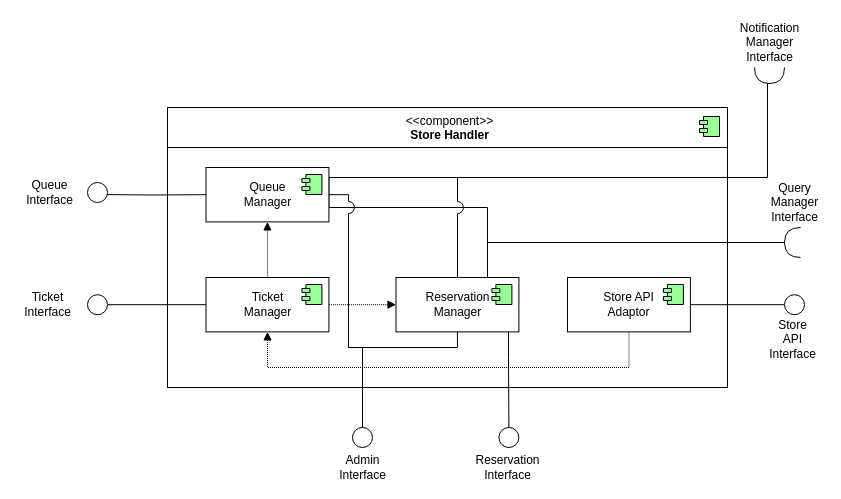
Above: DD/images/draw.io/store_handler.drawio in andreafra/Software-Engineering-2-Project-2021 (draw.io), before the change. Source tidied: cells renumbered, new cells numbered last; positions are measured from the earlier drawing's top-left corner, leaving out a move shared by most shapes. Both pictures are drawn from the tidied source at 100%, with x=0, y=0 at pixel (17, 17).
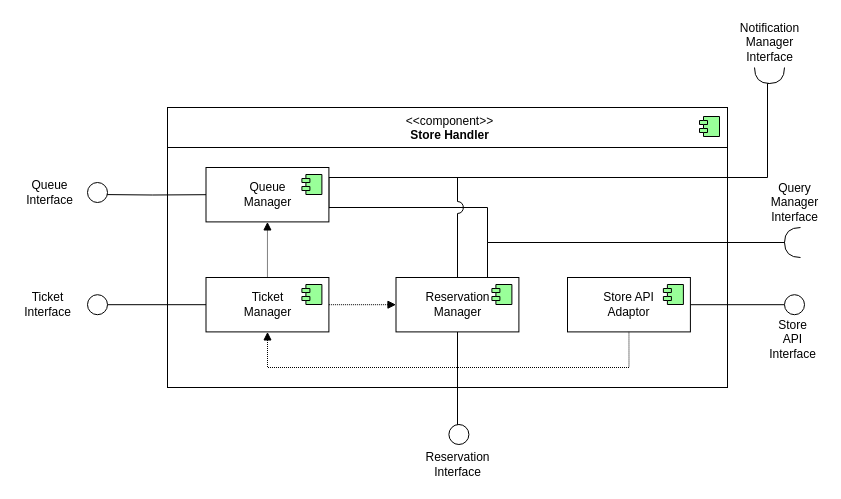
Above is the later version.

The change refers to these unchanged cells:
```xml
<mxCell id="8" value="Queue&lt;br&gt;Manager" style="html=1;" parent="1" vertex="1">
  <mxGeometry x="188.5" y="150" width="122.9" height="54.4" as="geometry" />
</mxCell>
<mxCell id="13" value="Reservation&lt;br&gt;Manager" style="html=1;" parent="1" vertex="1">
  <mxGeometry x="378.5" y="260" width="122.9" height="54.4" as="geometry" />
</mxCell>
```

What changed in the source:
```diff
@@
     <mxCell id="12" style="edgeStyle=orthogonalEdgeStyle;rounded=0;jettySize=auto;html=1;endArrow=none;endFill=0;entryX=0.5;entryY=0;entryDx=0;entryDy=0;" parent="1" edge="1" source="13" target="36">
       <mxGeometry relative="1" as="geometry">
         <Array as="points">
-          <mxPoint x="491" y="340" />
-          <mxPoint x="491" y="340" />
+          <mxPoint x="440" y="410" />
         </Array>
       </mxGeometry>
     </mxCell>
@@
-    <mxCell id="19" style="edgeStyle=orthogonalEdgeStyle;rounded=0;jettySize=auto;html=1;entryX=0.5;entryY=1;entryDx=0;entryDy=0;startArrow=none;startFill=0;endArrow=none;endFill=0;jumpSize=12;jumpStyle=arc;" parent="1" edge="1" source="21" target="13">
-      <mxGeometry relative="1" as="geometry">
-        <Array as="points">
-          <mxPoint x="345" y="330" />
-          <mxPoint x="440" y="330" />
-        </Array>
-      </mxGeometry>
-    </mxCell>
-    <mxCell id="20" style="edgeStyle=orthogonalEdgeStyle;rounded=0;jumpStyle=arc;jumpSize=12;jettySize=auto;html=1;entryX=1;entryY=0.5;entryDx=0;entryDy=0;startArrow=none;startFill=0;endArrow=none;endFill=0;exitX=0.5;exitY=0;exitDx=0;exitDy=0;" parent="1" edge="1" source="21" target="8">
-      <mxGeometry relative="1" as="geometry">
-        <Array as="points">
-          <mxPoint x="345" y="330" />
-          <mxPoint x="331" y="330" />
-          <mxPoint x="331" y="177" />
-        </Array>
-      </mxGeometry>
-    </mxCell>
-    <mxCell id="21" style="ellipse;fillColor=#ffffff;strokeColor=#000000;align=center;" parent="1" vertex="1">
-      <mxGeometry x="335" y="410" width="20" height="20" as="geometry" />
-    </mxCell>
@@
-    <mxCell id="24" value="Admin&lt;br&gt;Interface" style="text;html=1;align=center;verticalAlign=middle;" parent="1" vertex="1">
-      <mxGeometry x="315" y="435" width="60" height="30" as="geometry" />
-    </mxCell>
@@
     <mxCell id="36" style="ellipse;fillColor=#ffffff;strokeColor=#000000;align=center;" parent="1" vertex="1">
-      <mxGeometry x="481.4" y="410" width="20" height="20" as="geometry" />
+      <mxGeometry x="431.4" y="407" width="20" height="20" as="geometry" />
     </mxCell>
     <mxCell id="37" value="Reservation&lt;br&gt;Interface" style="text;html=1;align=center;verticalAlign=middle;" parent="1" vertex="1">
-      <mxGeometry x="450" y="435" width="80" height="30" as="geometry" />
+      <mxGeometry x="400" y="432" width="80" height="30" as="geometry" />
     </mxCell>
```
